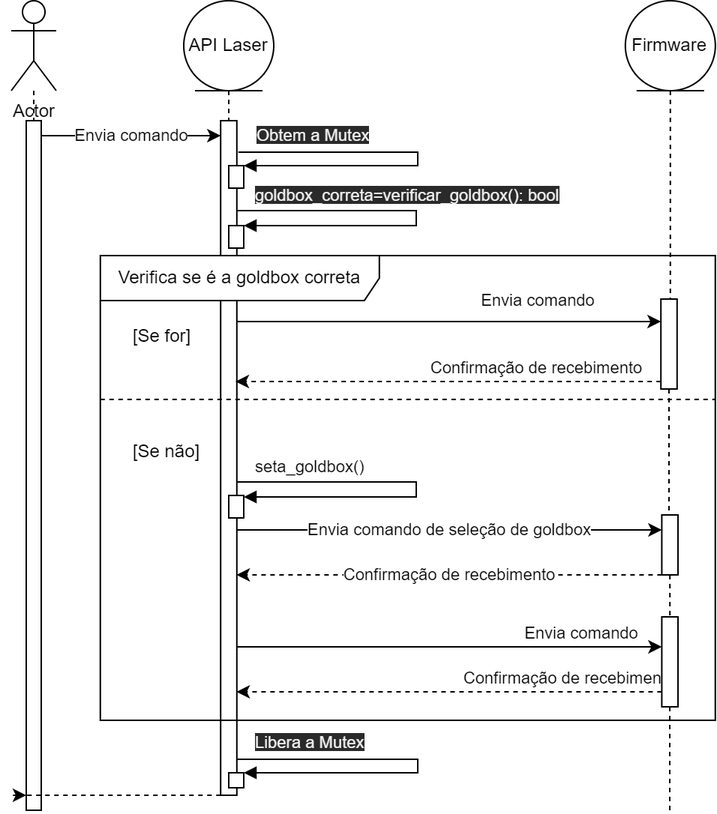
Above: comando.png in JoseitoOliveira/relatorio-estagio (draw.io), before the change. Source tidied: cells renumbered, new cells last; positions are measured from the earlier drawing's top-left corner, leaving out a move shared by most shapes.
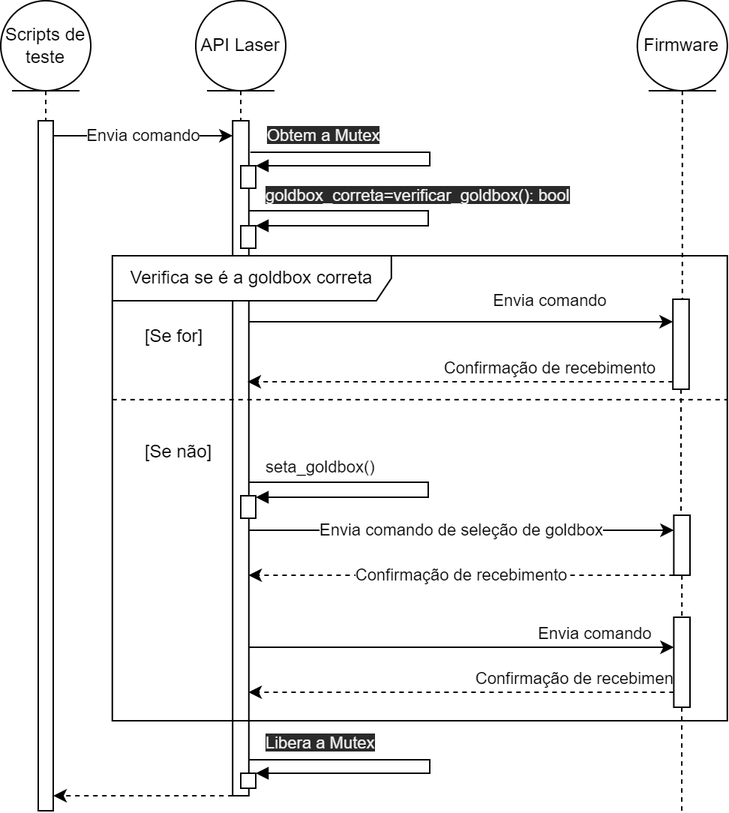
After the commit.

Change to the diagram source:
```diff
@@ -12,12 +12,9 @@
     <mxCell id="3" style="html=1;points=[];perimeter=orthogonalPerimeter;" parent="1" vertex="1">
       <mxGeometry x="10" y="80" width="10" height="460" as="geometry" />
     </mxCell>
-    <mxCell id="4" style="edgeStyle=none;html=1;dashed=1;endArrow=none;endFill=0;" parent="1" edge="1" source="5" target="3">
+    <mxCell id="4" style="edgeStyle=none;html=1;dashed=1;endArrow=none;endFill=0;" parent="1" edge="1" source="39" target="3">
       <mxGeometry relative="1" as="geometry" />
     </mxCell>
-    <mxCell id="5" value="Actor" style="shape=umlActor;verticalLabelPosition=bottom;verticalAlign=top;html=1;" parent="1" vertex="1">
-      <mxGeometry width="30" height="60" as="geometry" />
-    </mxCell>
     <mxCell id="6" style="edgeStyle=none;html=1;dashed=1;startArrow=none;startFill=0;endArrow=none;endFill=0;" parent="1" edge="1" source="29">
       <mxGeometry relative="1" as="geometry">
         <mxPoint x="439" y="540" as="targetPoint" />
@@ -56,7 +53,7 @@
     <mxCell id="13" style="edgeStyle=none;html=1;dashed=1;" parent="1" edge="1" source="14" target="3">
       <mxGeometry relative="1" as="geometry">
         <Array as="points">
-          <mxPoint y="530" />
+          <mxPoint x="80" y="530" />
         </Array>
       </mxGeometry>
     </mxCell>
@@ -186,5 +183,8 @@
     <mxCell id="38" style="html=1;points=[];perimeter=orthogonalPerimeter;" parent="1" vertex="1">
       <mxGeometry x="145" y="515" width="10" height="10" as="geometry" />
     </mxCell>
+    <mxCell id="39" value="Scripts de teste" style="ellipse;shape=umlEntity;whiteSpace=wrap;html=1;" parent="1" vertex="1">
+      <mxGeometry x="-15" width="60" height="60" as="geometry" />
+    </mxCell>
   </root>
 </mxGraphModel>
```
